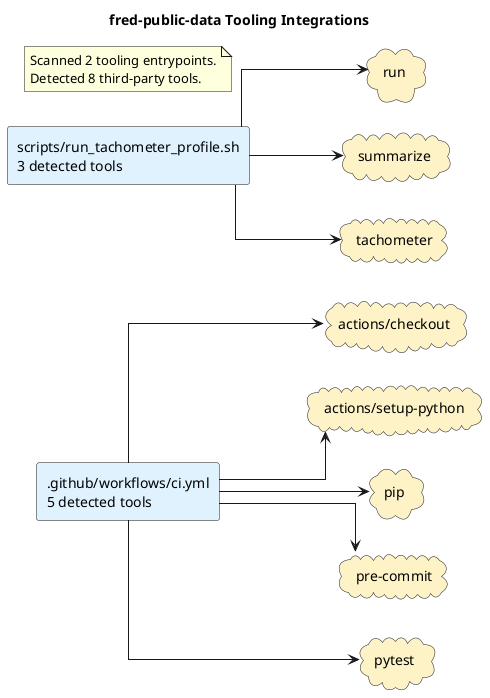
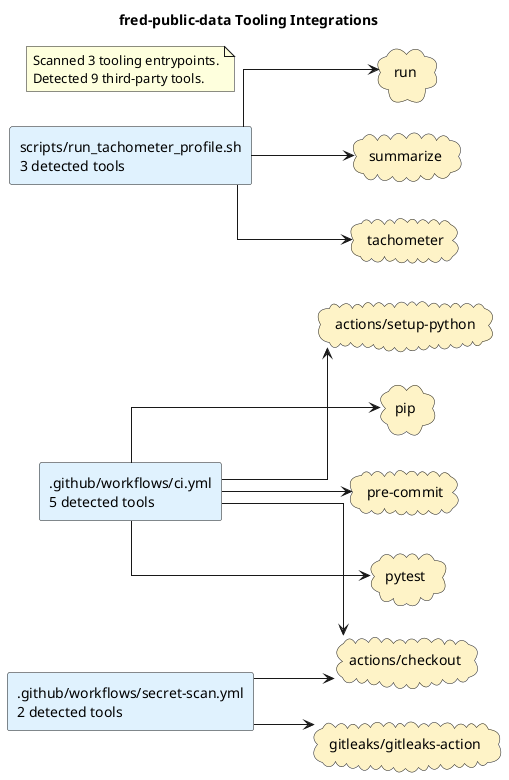
@startuml
title fred-public-data Tooling Integrations
left to right direction
skinparam shadowing false
skinparam defaultFontName Monospace
skinparam componentStyle rectangle
skinparam linetype ortho
rectangle ".github/workflows/ci.yml\n5 detected tools" as source_github_workflows_ci_yml #E0F2FE
+ rectangle ".github/workflows/secret-scan.yml\n2 detected tools" as source_github_workflows_secret_scan_yml #E0F2FE
rectangle "scripts/run_tachometer_profile.sh\n3 detected tools" as source_scripts_run_tachometer_profile_sh #E0F2FE
cloud "actions/checkout" as tool_actions_checkout #FEF3C7
cloud "actions/setup-python" as tool_actions_setup_python #FEF3C7
+ cloud "gitleaks/gitleaks-action" as tool_gitleaks_gitleaks_action #FEF3C7
cloud "pip" as tool_pip #FEF3C7
cloud "pre-commit" as tool_pre_commit #FEF3C7
cloud "pytest" as tool_pytest #FEF3C7
cloud "run" as tool_run #FEF3C7
cloud "summarize" as tool_summarize #FEF3C7
cloud "tachometer" as tool_tachometer #FEF3C7
source_github_workflows_ci_yml --> tool_actions_checkout
source_github_workflows_ci_yml --> tool_actions_setup_python
source_github_workflows_ci_yml --> tool_pip
source_github_workflows_ci_yml --> tool_pre_commit
source_github_workflows_ci_yml --> tool_pytest
+ source_github_workflows_secret_scan_yml --> tool_actions_checkout
+ source_github_workflows_secret_scan_yml --> tool_gitleaks_gitleaks_action
source_scripts_run_tachometer_profile_sh --> tool_run
source_scripts_run_tachometer_profile_sh --> tool_summarize
source_scripts_run_tachometer_profile_sh --> tool_tachometer
note as toolingGraphSummary
- Scanned 2 tooling entrypoints.
- Detected 8 third-party tools.
+ Scanned 3 tooling entrypoints.
+ Detected 9 third-party tools.
end note
@enduml
